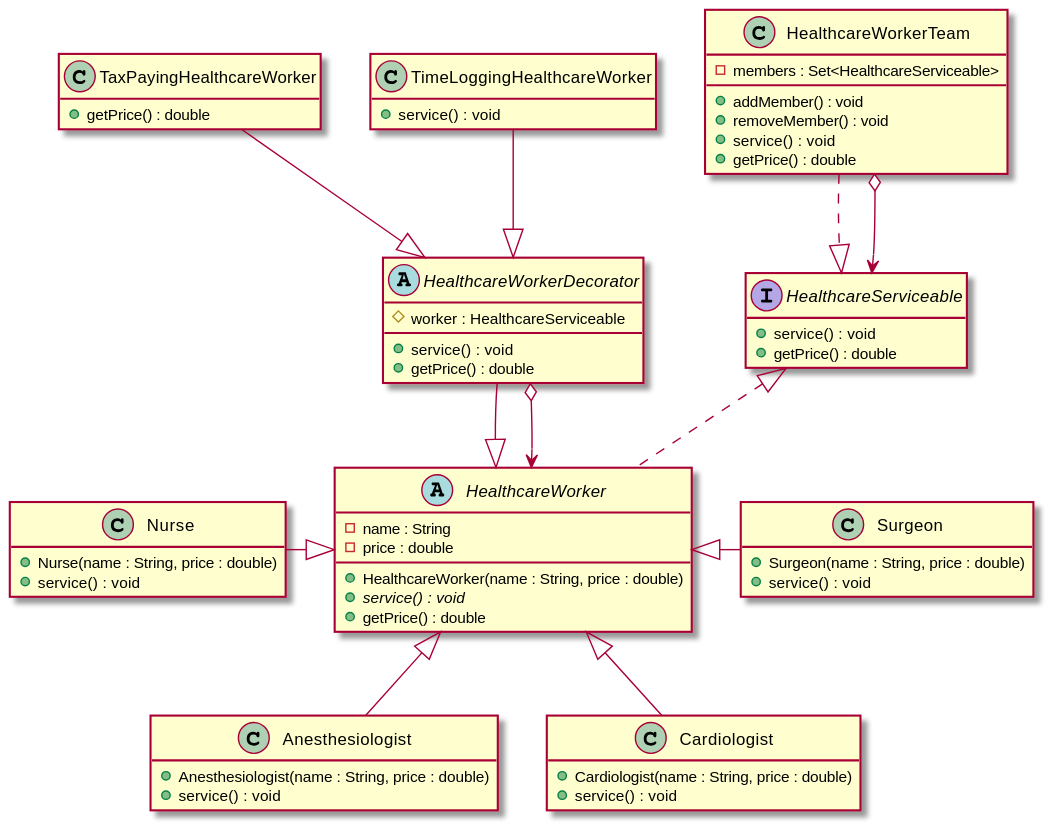
This is lab_structural_design_pattern/src/edu/parinya/softarchdesign/structural/HealthcareWorker.svg from pholpaphankorn/softarch, a PlantUML export, as it was before one commit. Source of this version:
```plantuml
@startuml

interface HealthcareServiceable {
    + service() : void
    + getPrice() : double
}
abstract HealthcareWorker {
    - name : String
    - price : double
    + HealthcareWorker(name : String, price : double)
    + {abstract} service() : void
    + getPrice() : double
}
class HealthcareWorkerTeam {
    - members : Set<HealthcareServiceable>
    + addMember() : void
    + removeMember() : void
    + service() : void
    + getPrice() : double
}
class Nurse {
    + Nurse(name : String, price : double)
    + service() : void
}
class Surgeon {
    + Surgeon(name : String, price : double)
    + service() : void
}
class Anesthesiologist {
    + Anesthesiologist(name : String, price : double)
    + service() : void
}
class Cardiologist {
    + Cardiologist(name : String, price : double)
    + service() : void
}
abstract HealthcareWorkerDecorator {
    # worker : HealthcareServiceable
    + service() : void
    + getPrice() : double
}
class TimeLoggingHealthcareWorker {
    + service() : void
}
class TaxPayingHealthcareWorker {
    + getPrice() : double
}

HealthcareServiceable   ^.d.    HealthcareWorker
HealthcareServiceable   ^.u.    HealthcareWorkerTeam
HealthcareServiceable   <-u-o   HealthcareWorkerTeam
HealthcareWorker    ^-d-    Anesthesiologist
HealthcareWorker    ^-d-    Cardiologist
HealthcareWorker    ^-l-    Nurse
HealthcareWorker    ^-r-    Surgeon
HealthcareWorker    ^-u-    HealthcareWorkerDecorator
HealthcareWorker    <-u-o   HealthcareWorkerDecorator
HealthcareWorkerDecorator   ^-u-    TimeLoggingHealthcareWorker
HealthcareWorkerDecorator   ^-u-    TaxPayingHealthcareWorker

hide empty members
@enduml
```
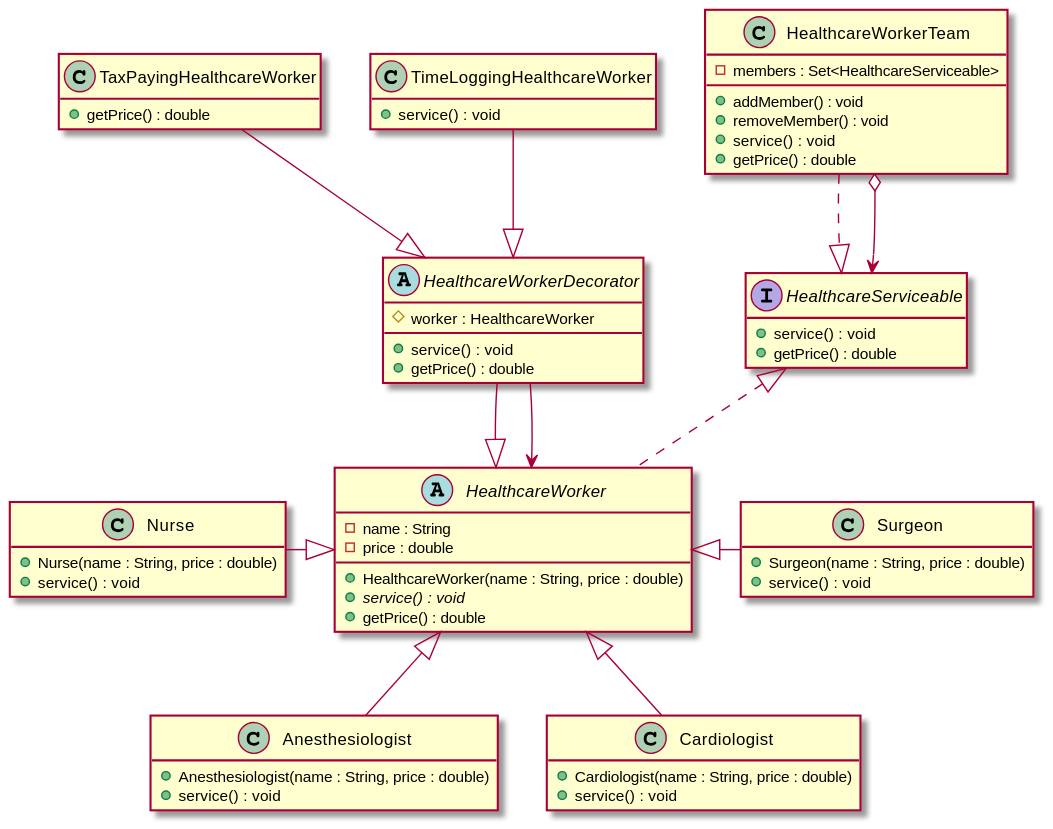
The same diagram one commit later.

Commit message:
healthcareworkerdecorator inherit from healthcareworker

Change to the diagram source:
```diff
@@ -35,7 +35,7 @@
     + service() : void
 }
 abstract HealthcareWorkerDecorator {
-    # worker : HealthcareServiceable
+    # worker : HealthcareWorker
     + service() : void
     + getPrice() : double
 }
@@ -54,7 +54,7 @@
 HealthcareWorker    ^-l-    Nurse
 HealthcareWorker    ^-r-    Surgeon
 HealthcareWorker    ^-u-    HealthcareWorkerDecorator
-HealthcareWorker    <-u-o   HealthcareWorkerDecorator
+HealthcareWorker    <-u-    HealthcareWorkerDecorator
 HealthcareWorkerDecorator   ^-u-    TimeLoggingHealthcareWorker
 HealthcareWorkerDecorator   ^-u-    TaxPayingHealthcareWorker
 
```
